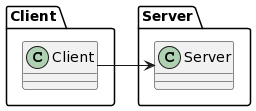
This is DesignDocumentIMG/packageDiagram.png from dscre99/EzWh, a PlantUML export, as it was before one commit.
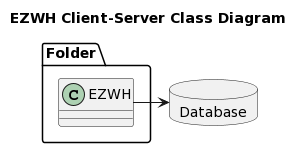
Above is the later version.

Diff of the diagram source:
```diff
@@ -1,11 +1,15 @@
 @startuml
-package Client <<Folder>> {
-  class Client
+title EZWH Client-Server Class Diagram
+
+
+package Folder <<Folder>> {
+  class EZWH
 }
 
-package Server <<Folder>> {
-  class Server
+
+package Database <<Database>> {
+
 }
 
-Client -> Server
+EZWH-> Database
 @enduml
```
